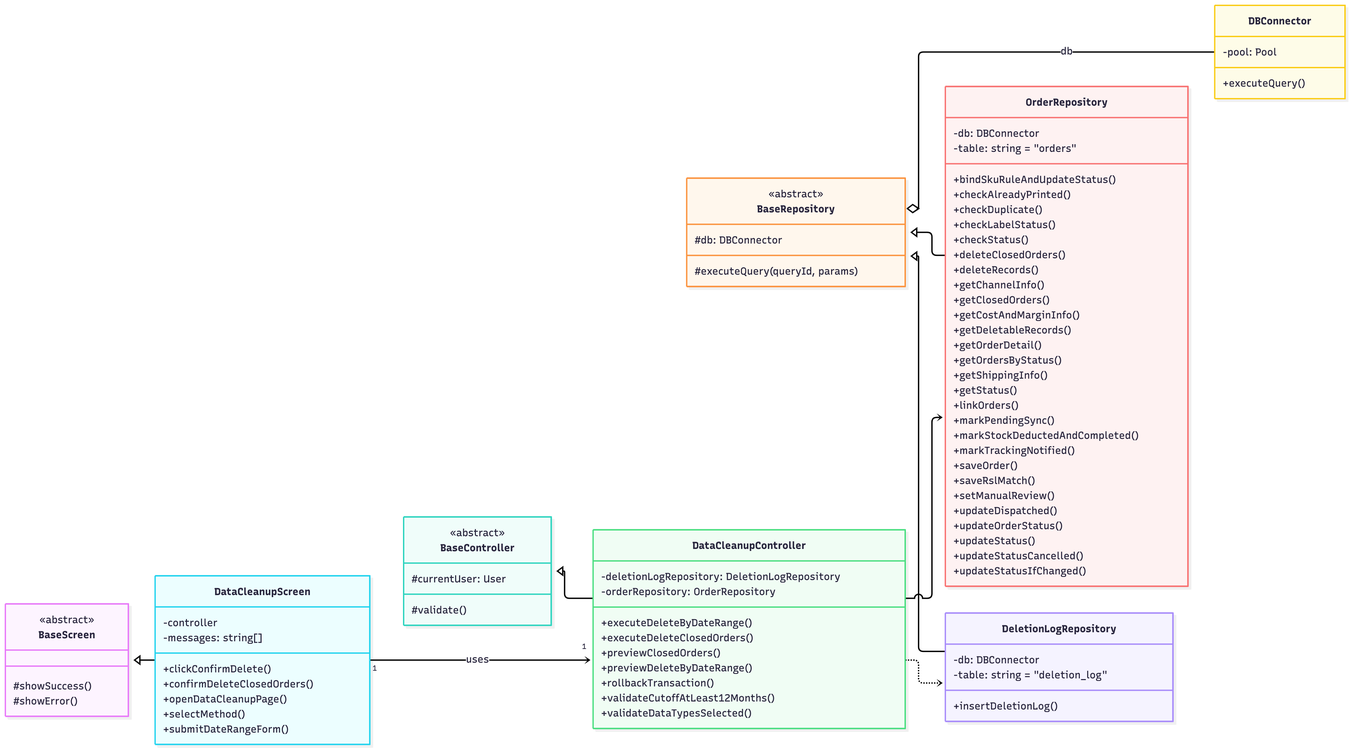
Above: 04-chapter2-diagrams-database/diagrams/png/class-6.png in xbpkdi/321-sa-proj (Mermaid), before the change. Its source is kept beside it as 04-chapter2-diagrams-database/diagrams/src/class-6.mmd.
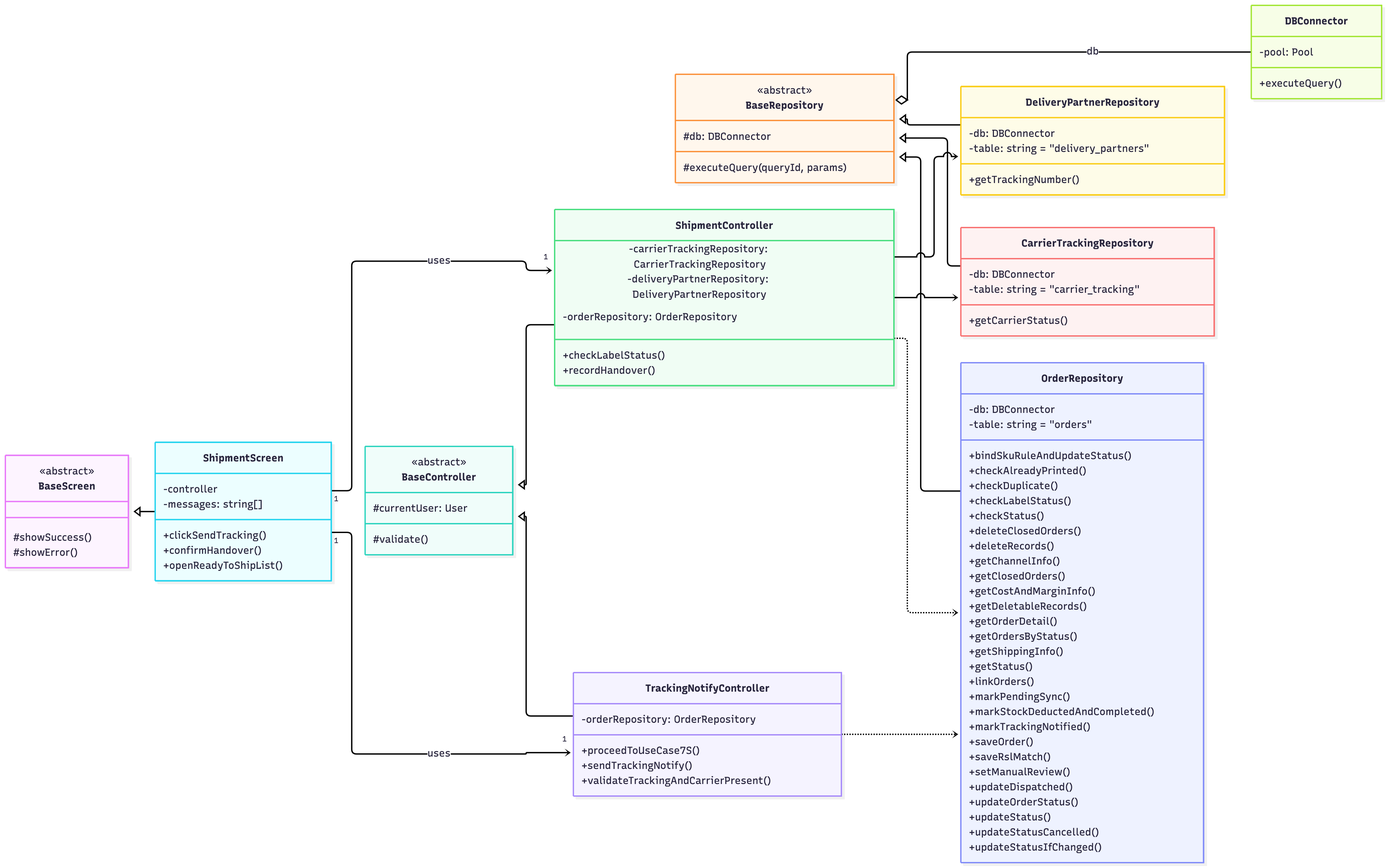
Later version of the same file.

Change to the diagram source:
```diff
@@ -16,30 +16,35 @@
         #db: DBConnector
         #executeQuery(queryId, params)
     }
-    class DataCleanupScreen {
+    class ShipmentScreen {
         -controller
         -messages: string[]
-        +clickConfirmDelete()
-        +confirmDeleteClosedOrders()
-        +openDataCleanupPage()
-        +selectMethod()
-        +submitDateRangeForm()
+        +clickSendTracking()
+        +confirmHandover()
+        +openReadyToShipList()
     }
-    class DataCleanupController {
-        -deletionLogRepository: DeletionLogRepository
+    class ShipmentController {
+        -carrierTrackingRepository: CarrierTrackingRepository
+        -deliveryPartnerRepository: DeliveryPartnerRepository
         -orderRepository: OrderRepository
-        +executeDeleteByDateRange()
-        +executeDeleteClosedOrders()
-        +previewClosedOrders()
-        +previewDeleteByDateRange()
-        +rollbackTransaction()
-        +validateCutoffAtLeast12Months()
-        +validateDataTypesSelected()
+        +checkLabelStatus()
+        +recordHandover()
     }
-    class DeletionLogRepository {
+    class TrackingNotifyController {
+        -orderRepository: OrderRepository
+        +proceedToUseCase7S()
+        +sendTrackingNotify()
+        +validateTrackingAndCarrierPresent()
+    }
+    class CarrierTrackingRepository {
         -db: DBConnector
-        -table: string = "deletion_log"
-        +insertDeletionLog()
+        -table: string = "carrier_tracking"
+        +getCarrierStatus()
+    }
+    class DeliveryPartnerRepository {
+        -db: DBConnector
+        -table: string = "delivery_partners"
+        +getTrackingNumber()
     }
     class OrderRepository {
         -db: DBConnector
@@ -76,11 +81,16 @@
         -pool: Pool
         +executeQuery()
     }
-    BaseScreen <|-- DataCleanupScreen
-    BaseController <|-- DataCleanupController
-    BaseRepository <|-- DeletionLogRepository
+    BaseScreen <|-- ShipmentScreen
+    BaseController <|-- ShipmentController
+    BaseController <|-- TrackingNotifyController
+    BaseRepository <|-- CarrierTrackingRepository
+    BaseRepository <|-- DeliveryPartnerRepository
     BaseRepository <|-- OrderRepository
     BaseRepository o-- DBConnector : db
-    DataCleanupScreen "1" --> "1" DataCleanupController : uses
-    DataCleanupController ..> DeletionLogRepository
-    DataCleanupController ..> OrderRepository
+    ShipmentScreen "1" --> "1" ShipmentController : uses
+    ShipmentScreen "1" --> "1" TrackingNotifyController : uses
+    ShipmentController ..> CarrierTrackingRepository
+    ShipmentController ..> DeliveryPartnerRepository
+    ShipmentController ..> OrderRepository
+    TrackingNotifyController ..> OrderRepository
```
